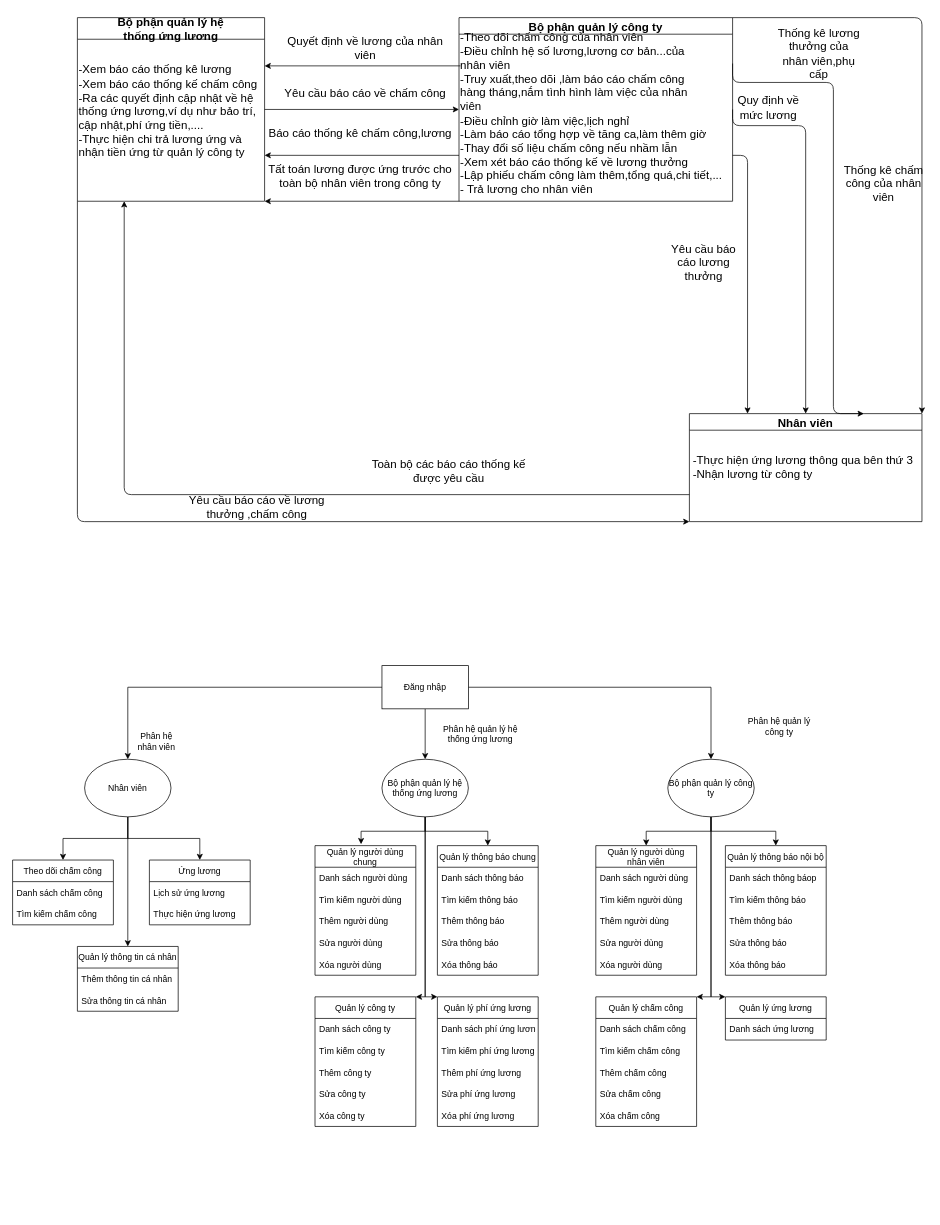
Before: page "Mô hình tiến trình nghiệp vụ" (1 of 7) of word/Webungluong.drawio in thangdinh99/WebUngLuong, a draw.io diagram. Source tidied: cells renumbered, new cells numbered last; positions are measured from the earlier drawing's top-left corner, leaving out a move shared by most shapes. Both pictures are drawn from the tidied source at 72%, with x=0, y=0 at pixel (12, 17).
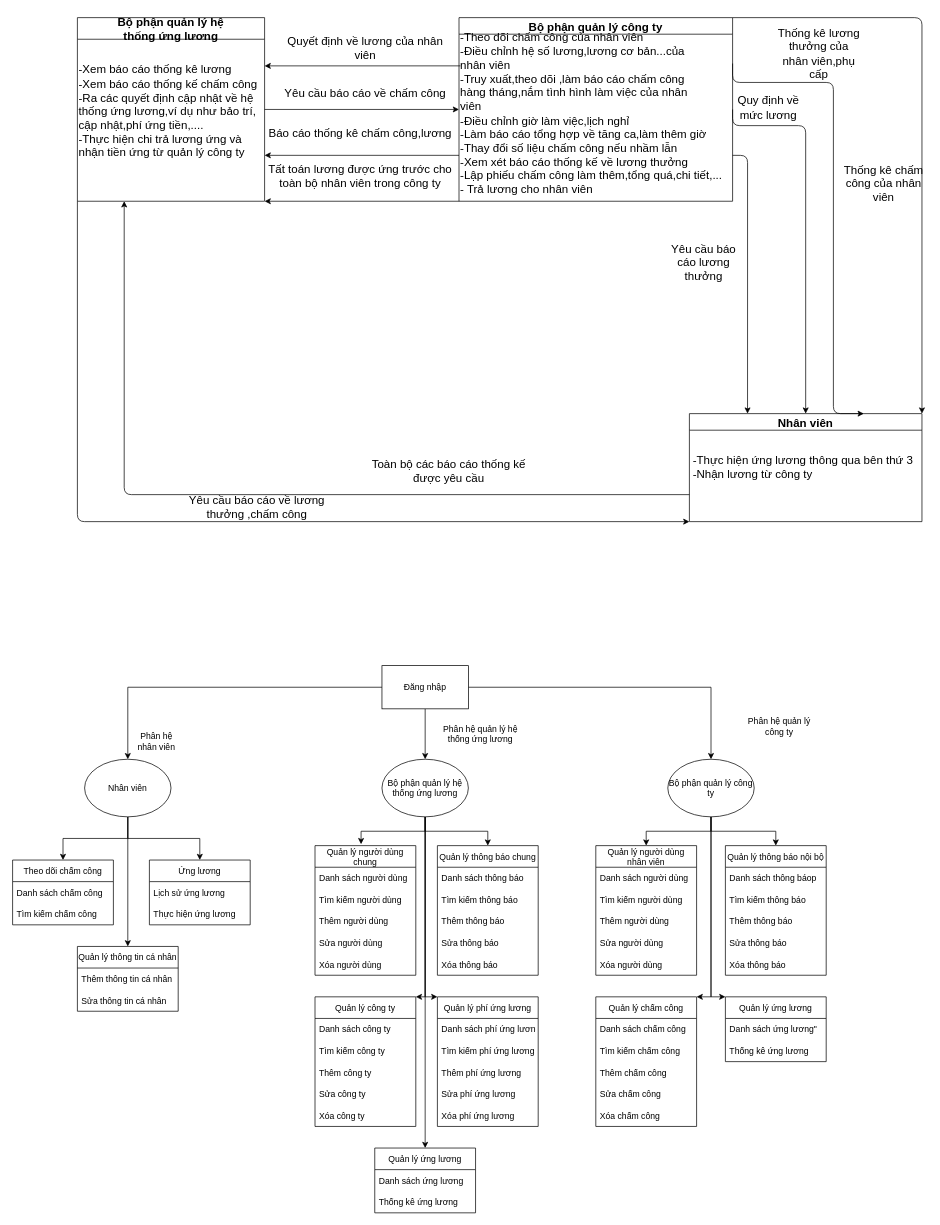
Above is the later version.

Unchanged cells that the change refers to:
```xml
<mxCell id="36" value="Bộ phận quản lý hệ thống ứng lương" style="ellipse;whiteSpace=wrap;html=1;" parent="1" vertex="1">
  <mxGeometry x="513" y="1030" width="120" height="80" as="geometry" />
</mxCell>
```

Change to the diagram source:
```diff
@@
+    <mxCell id="102" style="edgeStyle=orthogonalEdgeStyle;rounded=0;jettySize=auto;html=1;entryX=0.5;entryY=0;entryDx=0;entryDy=0;" parent="1" edge="1" source="36" target="104">
+      <mxGeometry relative="1" as="geometry" />
+    </mxCell>
@@
     <mxCell id="91" value="Quản lý ứng lương" style="swimlane;fontStyle=0;horizontal=1;startSize=30;" parent="1" vertex="1">
-      <mxGeometry x="990" y="1360" width="140" height="60" as="geometry" />
+      <mxGeometry x="990" y="1360" width="140" height="90" as="geometry" />
     </mxCell>
-    <mxCell id="92" value="Danh sách ứng lương" style="text;strokeColor=none;fillColor=none;align=left;verticalAlign=middle;spacingLeft=4;spacingRight=4;overflow=hidden;" parent="91" vertex="1">
+    <mxCell id="92" value="Danh sách ứng lương&quot;" style="text;strokeColor=none;fillColor=none;align=left;verticalAlign=middle;spacingLeft=4;spacingRight=4;overflow=hidden;" parent="91" vertex="1">
       <mxGeometry y="30" width="140" height="30" as="geometry" />
     </mxCell>
+    <mxCell id="103" value="Thống kê ứng lương" style="text;strokeColor=none;fillColor=none;align=left;verticalAlign=middle;spacingLeft=4;spacingRight=4;overflow=hidden;" parent="91" vertex="1">
+      <mxGeometry y="60" width="140" height="30" as="geometry" />
+    </mxCell>
@@
+    <mxCell id="104" value="Quản lý ứng lương" style="swimlane;fontStyle=0;horizontal=1;startSize=30;" parent="1" vertex="1">
+      <mxGeometry x="503" y="1570" width="140" height="90" as="geometry" />
+    </mxCell>
+    <mxCell id="105" value="Danh sách ứng lương" style="text;strokeColor=none;fillColor=none;align=left;verticalAlign=middle;spacingLeft=4;spacingRight=4;overflow=hidden;" parent="104" vertex="1">
+      <mxGeometry y="30" width="140" height="30" as="geometry" />
+    </mxCell>
+    <mxCell id="106" value="Thống kê ứng lương" style="text;strokeColor=none;fillColor=none;align=left;verticalAlign=middle;spacingLeft=4;spacingRight=4;overflow=hidden;" parent="104" vertex="1">
+      <mxGeometry y="60" width="140" height="30" as="geometry" />
+    </mxCell>
```
